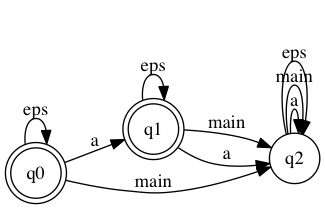
Before: spec.dot.png, a diagram exported from Graphviz (sdierauf/automata-and-languages-lab2). Its source is kept beside it as spec.dot.
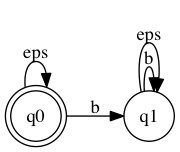
After the commit.

What changed in the source:
```diff
@@ -1,14 +1,9 @@
 digraph finite_state_machine {
 	rankdir=LR;
-	node [shape = doublecircle]; q0; q1
+	node [shape = doublecircle]; q0
 	 node [shape = circle];
 	q0 -> q0 [ label = "eps"];
-	q0 -> q1 [ label = "a"];
-	q0 -> q2 [ label = "main"];
-	q1 -> q2 [ label = "main"];
-	q1 -> q2 [ label = "a"];
-	q2 -> q2 [ label = "a"];
-	q2 -> q2 [ label = "main"];
-	q2 -> q2 [ label = "eps"];
+	q0 -> q1 [ label = "b"];
+	q1 -> q1 [ label = "b"];
 	q1 -> q1 [ label = "eps"];
 }
```
